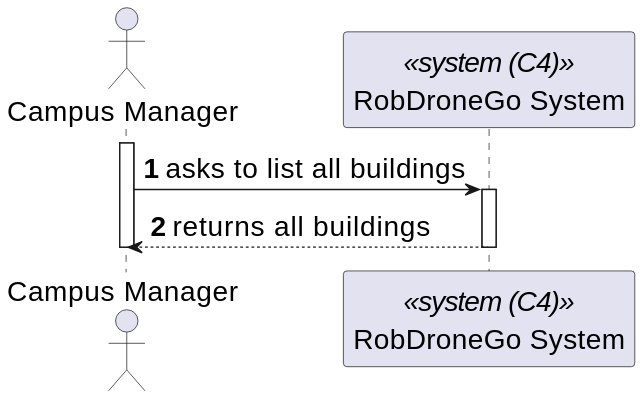
miseEnPlace-dev/lapr5 keeps this PlantUML diagram as _wiki/sprint-b/us-1040/views/level-1/assets/process-view.svg. Above is the earlier version.
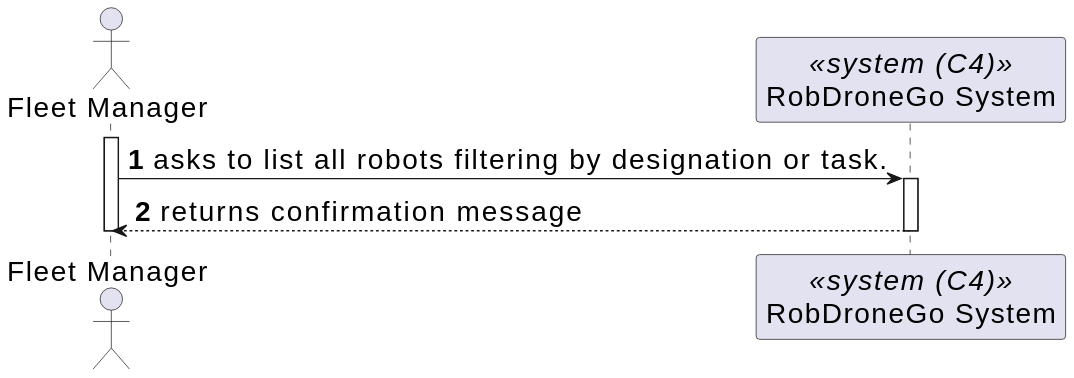
The same diagram one commit later.

What changed in the source:
```diff
@@ -2,17 +2,16 @@
 skinparamlocked defaultFontSize 20
 autonumber
 
-actor CM as "Campus Manager"
+actor FM as "Fleet Manager"
 participant SYS as "RobDroneGo System" <<system (C4)>>
 
-activate CM
+activate FM
 
-CM -> SYS : asks to list all buildings
+FM -> SYS : asks to list all robots filtering by designation or task.
 activate SYS
 
-CM <-- SYS : returns all buildings
+FM <-- SYS : returns confirmation message
 deactivate SYS
 
-
-deactivate CM
+deactivate FM
 @enduml
```
